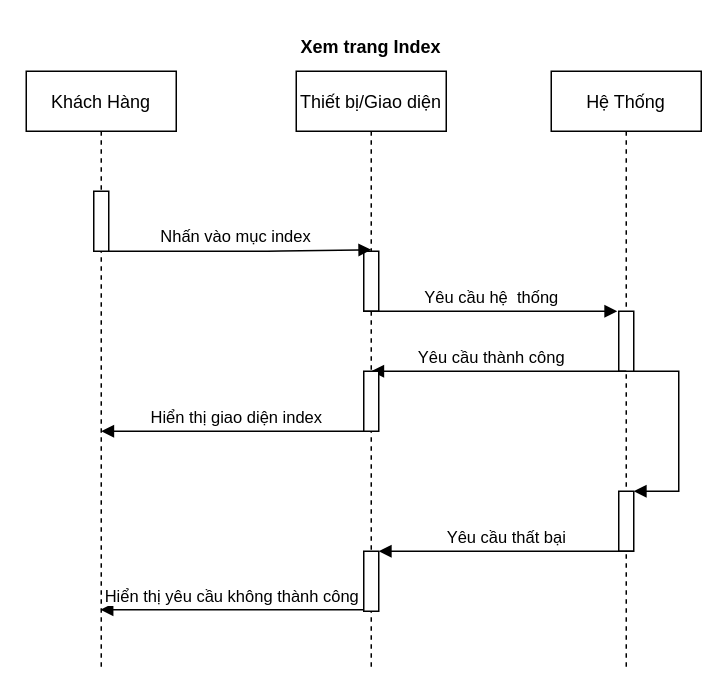
LuanMinhNguyen/nhom2thuctapchuyennganh keeps this draw.io diagram as Drawio/View_Index.drawio. Above is the earlier version. Source tidied: cells renumbered, new cells numbered last; positions are measured from the earlier drawing's top-left corner, leaving out a move shared by most shapes. Both pictures are drawn from the tidied source at 150%, with x=0, y=0 at pixel (26, 26).
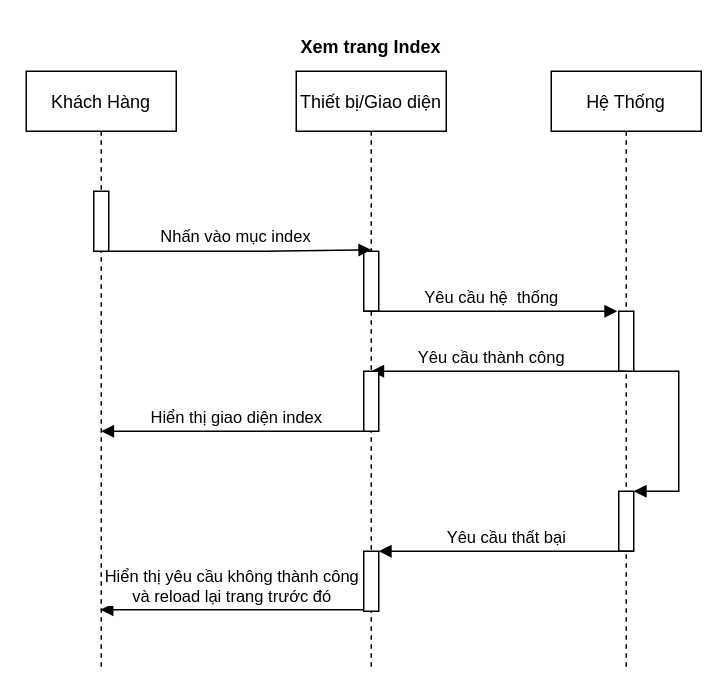
After the change.

Commit message (it also covers changes not shown here):
So_do_tuan_tu_ViewIndex

The change refers to these unchanged cells:
```xml
<mxCell id="2" value="Khách Hàng" style="shape=umlLifeline;perimeter=lifelinePerimeter;rounded=0;shadow=0;strokeWidth=1;" parent="1" vertex="1">
  <mxGeometry y="30" width="100" height="400" as="geometry" />
</mxCell>
```

Diff of the diagram source:
```diff
@@
-    <mxCell id="17" value="Hiển thị yêu cầu không thành công" style="html=1;verticalAlign=bottom;endArrow=block;exitX=0.5;exitY=1;exitDx=0;exitDy=0;exitPerimeter=0;" parent="1" edge="1" target="2">
+    <mxCell id="17" value="Hiển thị yêu cầu không thành công&lt;br&gt;và reload lại trang trước đó" style="html=1;verticalAlign=bottom;endArrow=block;exitX=0.5;exitY=1;exitDx=0;exitDy=0;exitPerimeter=0;" parent="1" edge="1" target="2">
       <mxGeometry relative="1" as="geometry">
         <mxPoint x="225" y="389" as="sourcePoint" />
       </mxGeometry>
     </mxCell>
```
